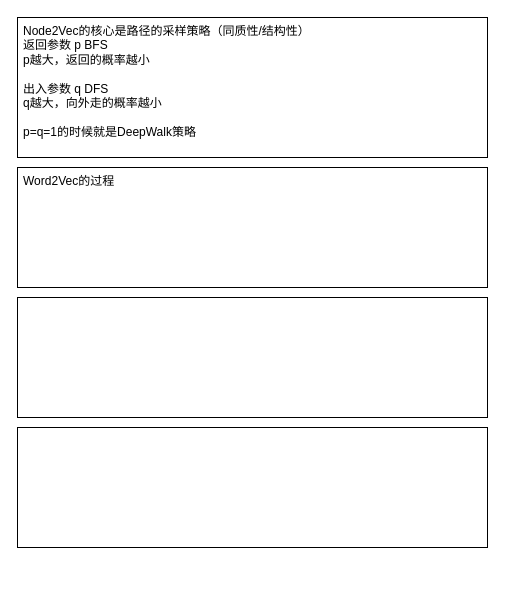
Above: node2vec.drawio in limpid-11/drawio (draw.io), before the change. Source tidied: cells renumbered, new cells numbered last; positions are measured from the earlier drawing's top-left corner, leaving out a move shared by most shapes. Both pictures are drawn from the tidied source at 100%, with x=0, y=0 at pixel (17, 17).
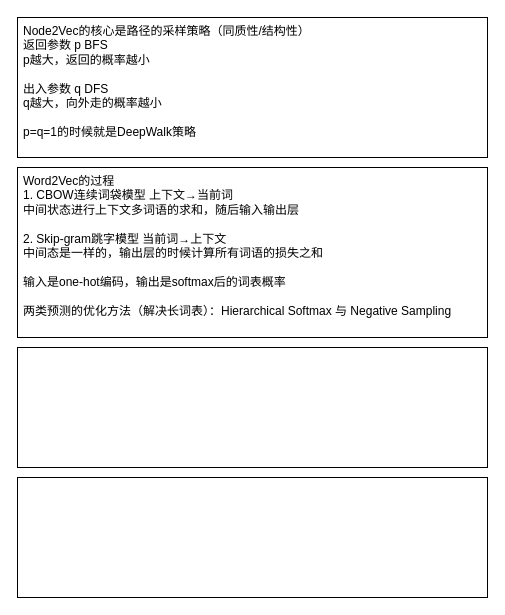
The same page after the edit.

Change to the diagram source:
```diff
@@
 <mxGraphModel>
   <root>
     <mxCell id="0" />
     <mxCell id="1" parent="0" />
     <mxCell id="2" value="&lt;div&gt;Node2Vec的核心是路径的采样策略（同质性/结构性）&lt;/div&gt;返回参数 p BFS&lt;div&gt;p越大，返回的概率越小&lt;br&gt;&lt;div&gt;&lt;br&gt;&lt;/div&gt;&lt;div&gt;出入参数 q DFS&lt;/div&gt;&lt;/div&gt;&lt;div&gt;q越大，向外走的概率越小&lt;/div&gt;&lt;div&gt;&lt;br&gt;&lt;/div&gt;&lt;div&gt;p=q=1的时候就是DeepWalk策略&lt;/div&gt;" style="rounded=0;whiteSpace=wrap;html=1;align=left;verticalAlign=top;spacingLeft=4;" parent="1" vertex="1">
       <mxGeometry width="470" height="140" as="geometry" />
     </mxCell>
-    <mxCell id="3" value="Word2Vec的过程" style="rounded=0;whiteSpace=wrap;html=1;align=left;verticalAlign=top;spacingLeft=4;" parent="1" vertex="1">
-      <mxGeometry y="150" width="470" height="120" as="geometry" />
+    <mxCell id="3" value="Word2Vec的过程&lt;div&gt;1. CBOW连续词袋模型 上下文→当前词&lt;/div&gt;&lt;div&gt;中间状态进行上下文多词语的求和，随后输入输出层&lt;/div&gt;&lt;div&gt;&lt;br&gt;&lt;/div&gt;&lt;div&gt;2. Skip-gram跳字模型 当前词→上下文&lt;/div&gt;&lt;div&gt;中间态是一样的，输出层的时候计算所有词语的损失之和&lt;/div&gt;&lt;div&gt;&lt;br&gt;&lt;/div&gt;&lt;div&gt;输入是one-hot编码，输出是softmax后的词表概率&lt;/div&gt;&lt;div&gt;&lt;br&gt;&lt;/div&gt;&lt;div&gt;两类预测的优化方法（解决长词表）：Hierarchical Softmax 与 Negative Sampling&lt;/div&gt;" style="rounded=0;whiteSpace=wrap;html=1;align=left;verticalAlign=top;spacingLeft=4;" parent="1" vertex="1">
+      <mxGeometry y="150" width="470" height="170" as="geometry" />
     </mxCell>
     <mxCell id="4" style="rounded=0;whiteSpace=wrap;html=1;align=left;verticalAlign=top;spacingLeft=4;" parent="1" vertex="1">
-      <mxGeometry y="280" width="470" height="120" as="geometry" />
+      <mxGeometry y="330" width="470" height="120" as="geometry" />
     </mxCell>
     <mxCell id="5" style="rounded=0;whiteSpace=wrap;html=1;align=left;verticalAlign=top;spacingLeft=4;" parent="1" vertex="1">
-      <mxGeometry y="410" width="470" height="120" as="geometry" />
+      <mxGeometry y="460" width="470" height="120" as="geometry" />
     </mxCell>
   </root>
 </mxGraphModel>
```
